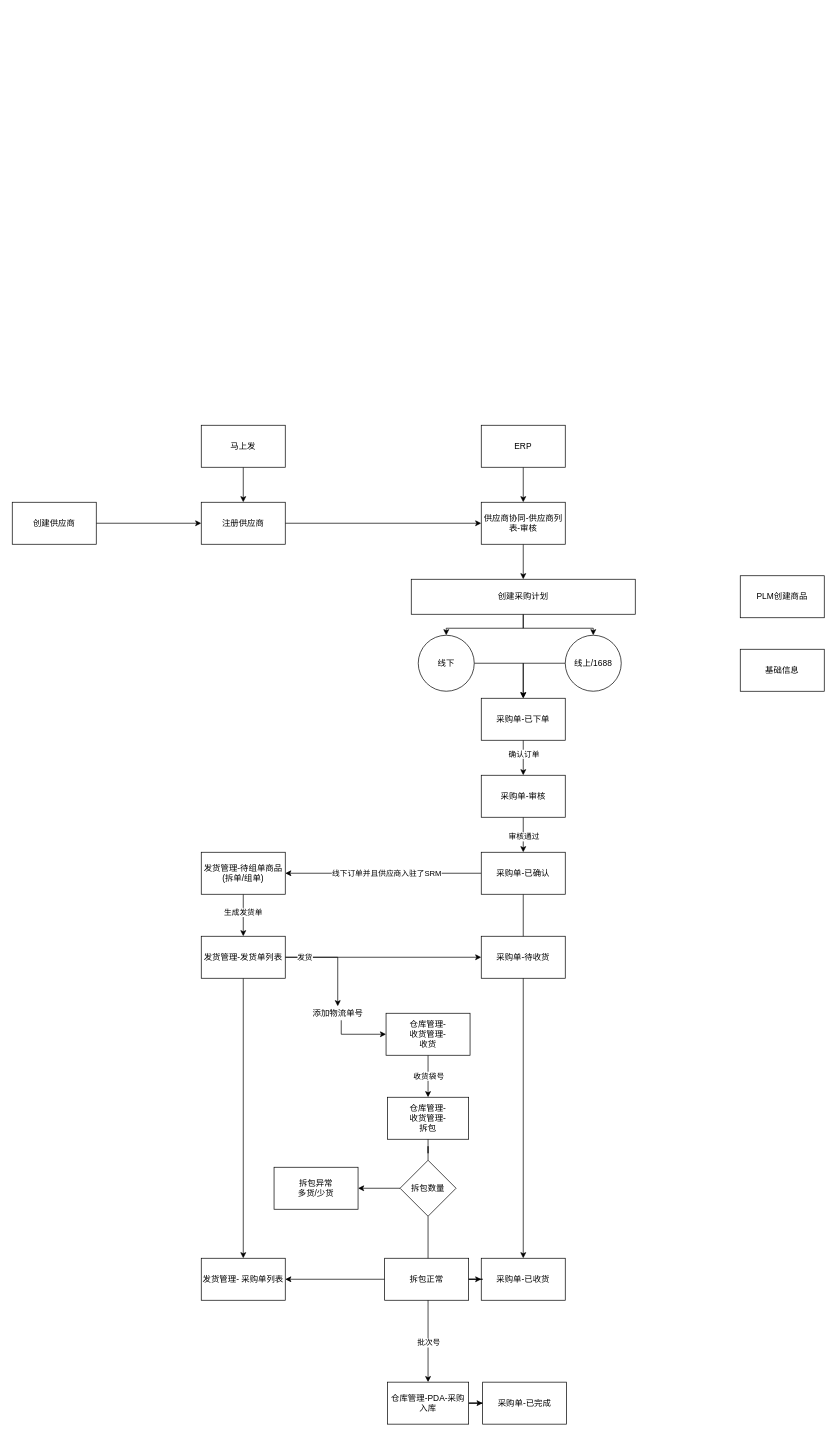
This is Untitled Diagram.drawio from gmkgmk/blog, a draw.io file, before an edit. Source tidied: cells renumbered, new cells numbered last; positions are measured from the earlier drawing's top-left corner, leaving out a move shared by most shapes. Both pictures are drawn from the tidied source at 70%, with x=0, y=0 at pixel (12, 425).
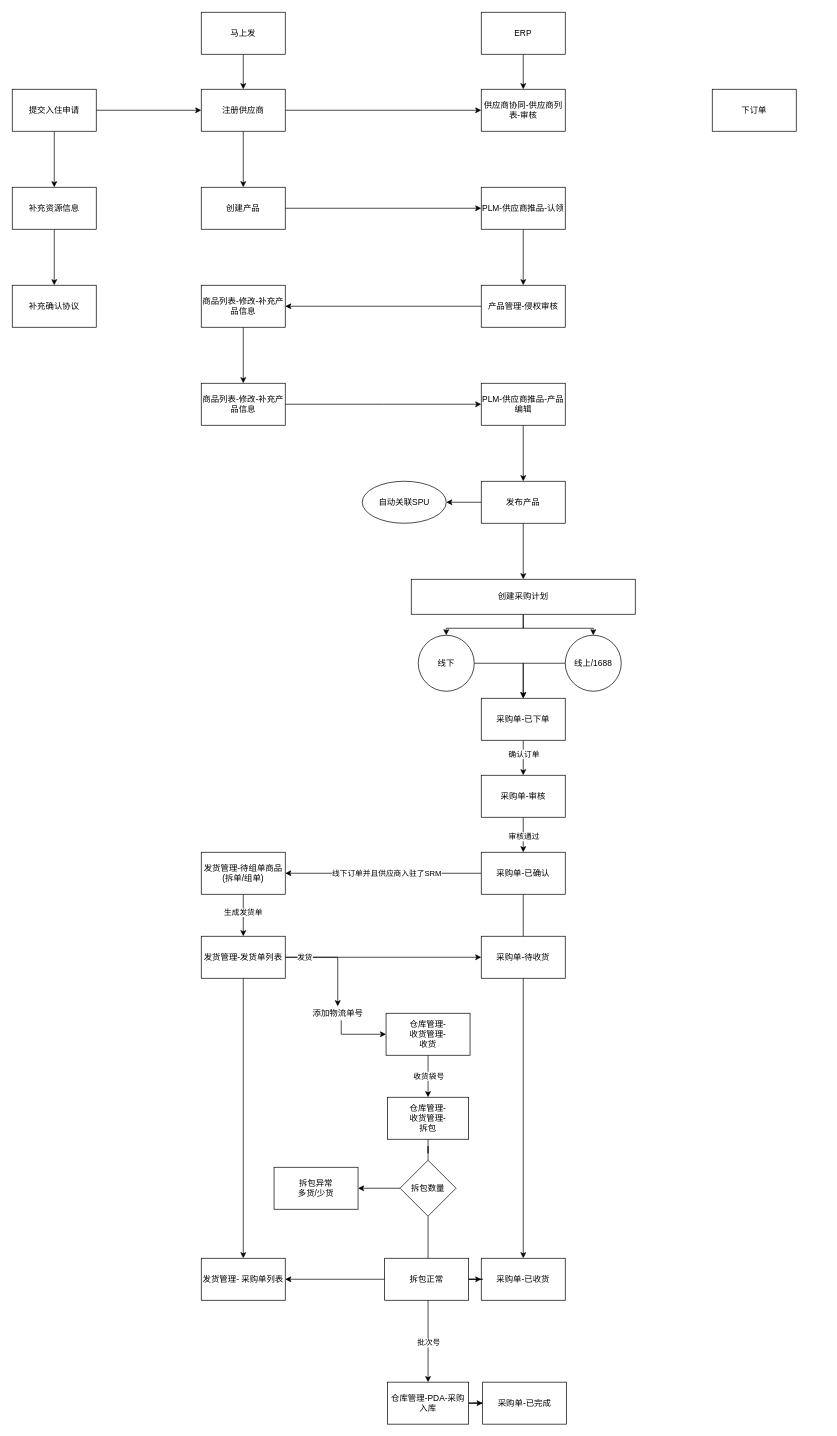
Above is the later version.

The change refers to these unchanged cells:
```xml
<mxCell id="14" value="创建采购计划" style="rounded=0;whiteSpace=wrap;html=1;" parent="1" vertex="1">
  <mxGeometry x="570" y="220" width="320" height="50" as="geometry" />
</mxCell>
```

What changed in the source:
```diff
@@
     <mxCell id="3" value="ERP" style="rounded=0;whiteSpace=wrap;html=1;" parent="1" vertex="1">
-      <mxGeometry x="670" width="120" height="60" as="geometry" />
+      <mxGeometry x="670" y="-590" width="120" height="60" as="geometry" />
     </mxCell>
@@
     <mxCell id="5" value="马上发" style="rounded=0;whiteSpace=wrap;html=1;" parent="1" vertex="1">
-      <mxGeometry x="270" width="120" height="60" as="geometry" />
+      <mxGeometry x="270" y="-590" width="120" height="60" as="geometry" />
     </mxCell>
@@
+    <mxCell id="60" style="edgeStyle=orthogonalEdgeStyle;rounded=0;jettySize=auto;html=1;" parent="1" edge="1" source="7" target="66">
+      <mxGeometry relative="1" as="geometry" />
+    </mxCell>
     <mxCell id="7" value="注册供应商" style="whiteSpace=wrap;html=1;rounded=0;" parent="1" vertex="1">
-      <mxGeometry x="270" y="110" width="120" height="60" as="geometry" />
+      <mxGeometry x="270" y="-480" width="120" height="60" as="geometry" />
     </mxCell>
-    <mxCell id="8" style="edgeStyle=orthogonalEdgeStyle;rounded=0;jettySize=auto;html=1;" parent="1" edge="1" source="9" target="14">
-      <mxGeometry relative="1" as="geometry" />
-    </mxCell>
     <mxCell id="9" value="供应商协同-供应商列表-审核" style="rounded=0;whiteSpace=wrap;html=1;" parent="1" vertex="1">
-      <mxGeometry x="670" y="110" width="120" height="60" as="geometry" />
+      <mxGeometry x="670" y="-480" width="120" height="60" as="geometry" />
     </mxCell>
@@
+    <mxCell id="61" style="edgeStyle=orthogonalEdgeStyle;rounded=0;jettySize=auto;html=1;" parent="1" edge="1" source="11" target="63">
+      <mxGeometry relative="1" as="geometry" />
+    </mxCell>
-    <mxCell id="11" value="创建供应商" style="rounded=0;whiteSpace=wrap;html=1;" parent="1" vertex="1">
-      <mxGeometry y="110" width="120" height="60" as="geometry" />
+    <mxCell id="11" value="提交入住申请" style="rounded=0;whiteSpace=wrap;html=1;" parent="1" vertex="1">
+      <mxGeometry y="-480" width="120" height="60" as="geometry" />
     </mxCell>
@@
-    <mxCell id="58" value="PLM创建商品" style="rounded=0;whiteSpace=wrap;html=1;" parent="1" vertex="1">
-      <mxGeometry x="1040" y="215" width="120" height="60" as="geometry" />
-    </mxCell>
-    <mxCell id="59" value="基础信息" style="rounded=0;whiteSpace=wrap;html=1;" parent="1" vertex="1">
-      <mxGeometry x="1040" y="320" width="120" height="60" as="geometry" />
-    </mxCell>
+    <mxCell id="62" style="edgeStyle=orthogonalEdgeStyle;rounded=0;jettySize=auto;html=1;" parent="1" edge="1" source="63" target="64">
+      <mxGeometry relative="1" as="geometry" />
+    </mxCell>
+    <mxCell id="63" value="补充资源信息" style="rounded=0;whiteSpace=wrap;html=1;" parent="1" vertex="1">
+      <mxGeometry y="-340" width="120" height="60" as="geometry" />
+    </mxCell>
+    <mxCell id="64" value="补充确认协议" style="rounded=0;whiteSpace=wrap;html=1;" parent="1" vertex="1">
+      <mxGeometry y="-200" width="120" height="60" as="geometry" />
+    </mxCell>
+    <mxCell id="65" style="edgeStyle=orthogonalEdgeStyle;rounded=0;jettySize=auto;html=1;" parent="1" edge="1" source="66" target="68">
+      <mxGeometry relative="1" as="geometry" />
+    </mxCell>
+    <mxCell id="66" value="创建产品" style="whiteSpace=wrap;html=1;rounded=0;" parent="1" vertex="1">
+      <mxGeometry x="270" y="-340" width="120" height="60" as="geometry" />
+    </mxCell>
+    <mxCell id="67" style="edgeStyle=orthogonalEdgeStyle;rounded=0;jettySize=auto;html=1;" parent="1" edge="1" source="68" target="70">
+      <mxGeometry relative="1" as="geometry" />
+    </mxCell>
+    <mxCell id="68" value="PLM-供应商推品-认领" style="whiteSpace=wrap;html=1;rounded=0;" parent="1" vertex="1">
+      <mxGeometry x="670" y="-340" width="120" height="60" as="geometry" />
+    </mxCell>
+    <mxCell id="69" style="edgeStyle=orthogonalEdgeStyle;rounded=0;jettySize=auto;html=1;" parent="1" edge="1" source="70" target="72">
+      <mxGeometry relative="1" as="geometry" />
+    </mxCell>
+    <mxCell id="70" value="产品管理-侵权审核" style="whiteSpace=wrap;html=1;rounded=0;" parent="1" vertex="1">
+      <mxGeometry x="670" y="-200" width="120" height="60" as="geometry" />
+    </mxCell>
+    <mxCell id="71" style="edgeStyle=orthogonalEdgeStyle;rounded=0;jettySize=auto;html=1;" parent="1" edge="1" source="72" target="74">
+      <mxGeometry relative="1" as="geometry" />
+    </mxCell>
+    <mxCell id="72" value="商品列表-修改-补充产品信息" style="whiteSpace=wrap;html=1;rounded=0;" parent="1" vertex="1">
+      <mxGeometry x="270" y="-200" width="120" height="60" as="geometry" />
+    </mxCell>
+    <mxCell id="73" style="edgeStyle=orthogonalEdgeStyle;rounded=0;jettySize=auto;html=1;" parent="1" edge="1" source="74">
+      <mxGeometry relative="1" as="geometry">
+        <mxPoint x="670" y="-30" as="targetPoint" />
+      </mxGeometry>
+    </mxCell>
+    <mxCell id="74" value="商品列表-修改-补充产品信息" style="whiteSpace=wrap;html=1;rounded=0;" parent="1" vertex="1">
+      <mxGeometry x="270" y="-60" width="120" height="60" as="geometry" />
+    </mxCell>
+    <mxCell id="75" style="edgeStyle=orthogonalEdgeStyle;rounded=0;jettySize=auto;html=1;" parent="1" edge="1" source="76" target="79">
+      <mxGeometry relative="1" as="geometry" />
+    </mxCell>
+    <mxCell id="76" value="PLM-供应商推品-产品编辑" style="whiteSpace=wrap;html=1;rounded=0;" parent="1" vertex="1">
+      <mxGeometry x="670" y="-60" width="120" height="60" as="geometry" />
+    </mxCell>
+    <mxCell id="77" style="edgeStyle=orthogonalEdgeStyle;rounded=0;jettySize=auto;html=1;" parent="1" edge="1" source="79" target="14">
+      <mxGeometry relative="1" as="geometry" />
+    </mxCell>
+    <mxCell id="78" style="edgeStyle=orthogonalEdgeStyle;rounded=0;jettySize=auto;html=1;" parent="1" edge="1" source="79" target="81">
+      <mxGeometry relative="1" as="geometry" />
+    </mxCell>
+    <mxCell id="79" value="发布产品" style="whiteSpace=wrap;html=1;rounded=0;" parent="1" vertex="1">
+      <mxGeometry x="670" y="80" width="120" height="60" as="geometry" />
+    </mxCell>
+    <mxCell id="80" value="下订单" style="rounded=0;whiteSpace=wrap;html=1;" parent="1" vertex="1">
+      <mxGeometry x="1000" y="-480" width="120" height="60" as="geometry" />
+    </mxCell>
+    <mxCell id="81" value="自动关联SPU" style="ellipse;whiteSpace=wrap;html=1;rounded=0;" parent="1" vertex="1">
+      <mxGeometry x="500" y="80" width="120" height="60" as="geometry" />
+    </mxCell>
```
